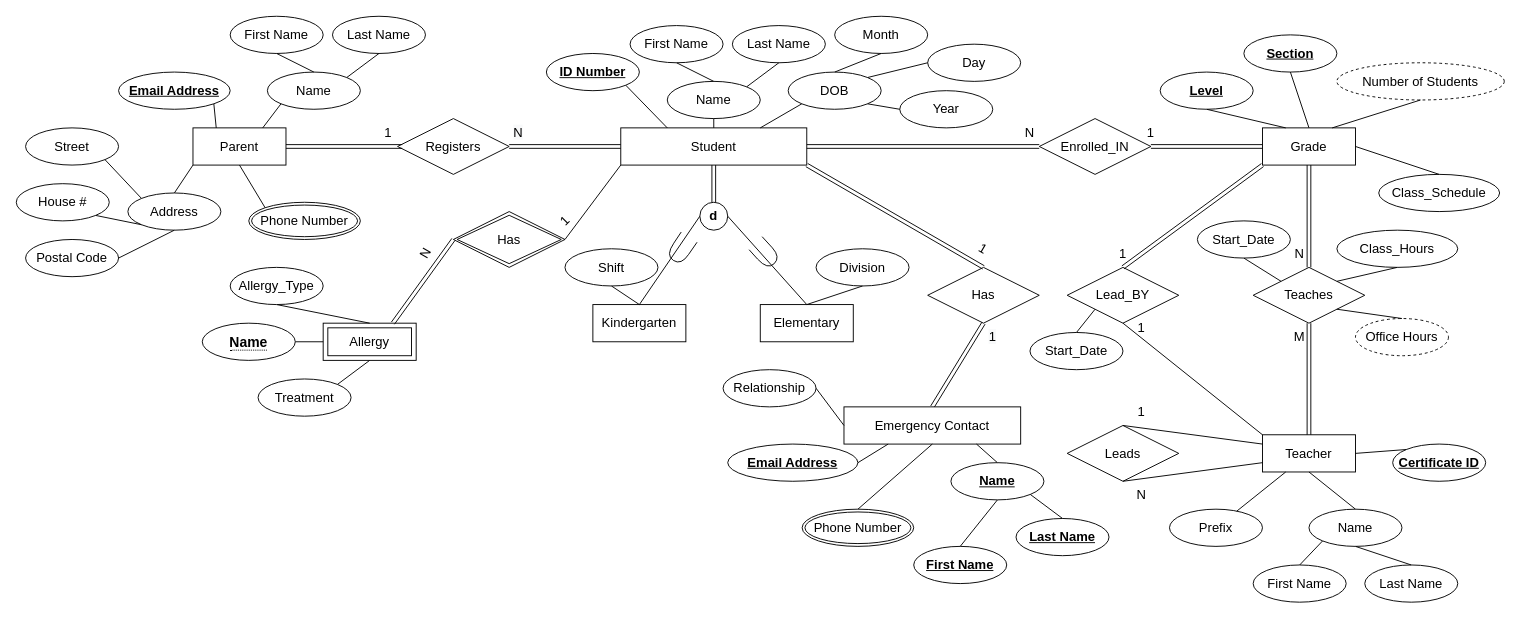
Before: EERD-Assignment-1.drawio in HAZberi/ensf-608-assignment1-eerd, a draw.io diagram. Source tidied: cells renumbered, new cells numbered last; positions are measured from the earlier drawing's top-left corner, leaving out a move shared by most shapes. Both pictures are drawn from the tidied source at 93%, with x=0, y=0 at pixel (16, 16).
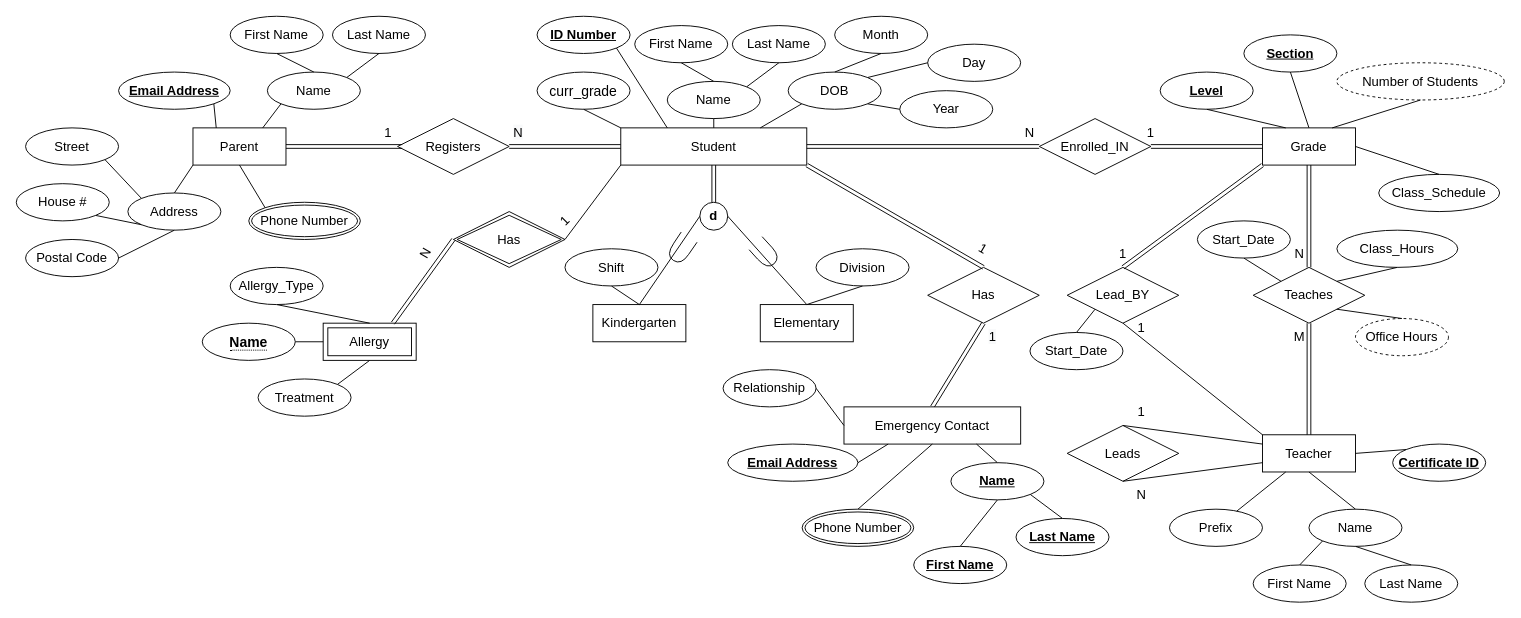
After the change.

The change refers to these unchanged cells:
```xml
<mxCell id="2" value="&lt;font style=&quot;font-size: 14px;&quot;&gt;Student&lt;/font&gt;" style="whiteSpace=wrap;html=1;align=center;" parent="1" vertex="1">
  <mxGeometry x="650" y="120" width="200" height="40" as="geometry" />
</mxCell>
```

Change to the diagram source:
```diff
@@
     <mxCell id="3" value="&lt;u&gt;&lt;b&gt;ID Number&lt;/b&gt;&lt;/u&gt;" style="ellipse;whiteSpace=wrap;html=1;align=center;fontSize=14;" parent="1" vertex="1">
-      <mxGeometry x="570" y="40" width="100" height="40" as="geometry" />
+      <mxGeometry x="560" width="100" height="40" as="geometry" />
     </mxCell>
@@
     <mxCell id="8" value="First Name" style="ellipse;whiteSpace=wrap;html=1;align=center;fontSize=14;" parent="1" vertex="1">
-      <mxGeometry x="660" y="10" width="100" height="40" as="geometry" />
+      <mxGeometry x="665" y="10" width="100" height="40" as="geometry" />
     </mxCell>
@@
+    <mxCell id="139" value="curr_grade" style="ellipse;whiteSpace=wrap;html=1;align=center;strokeWidth=1;fontSize=15;" parent="1" vertex="1">
+      <mxGeometry x="560" y="60" width="100" height="40" as="geometry" />
+    </mxCell>
+    <mxCell id="140" style="endArrow=none;html=1;rounded=0;fontSize=15;entryX=0.5;entryY=1;entryDx=0;entryDy=0;exitX=0;exitY=0;exitDx=0;exitDy=0;" parent="1" edge="1" source="2" target="139">
+      <mxGeometry relative="1" as="geometry" />
+    </mxCell>
```
